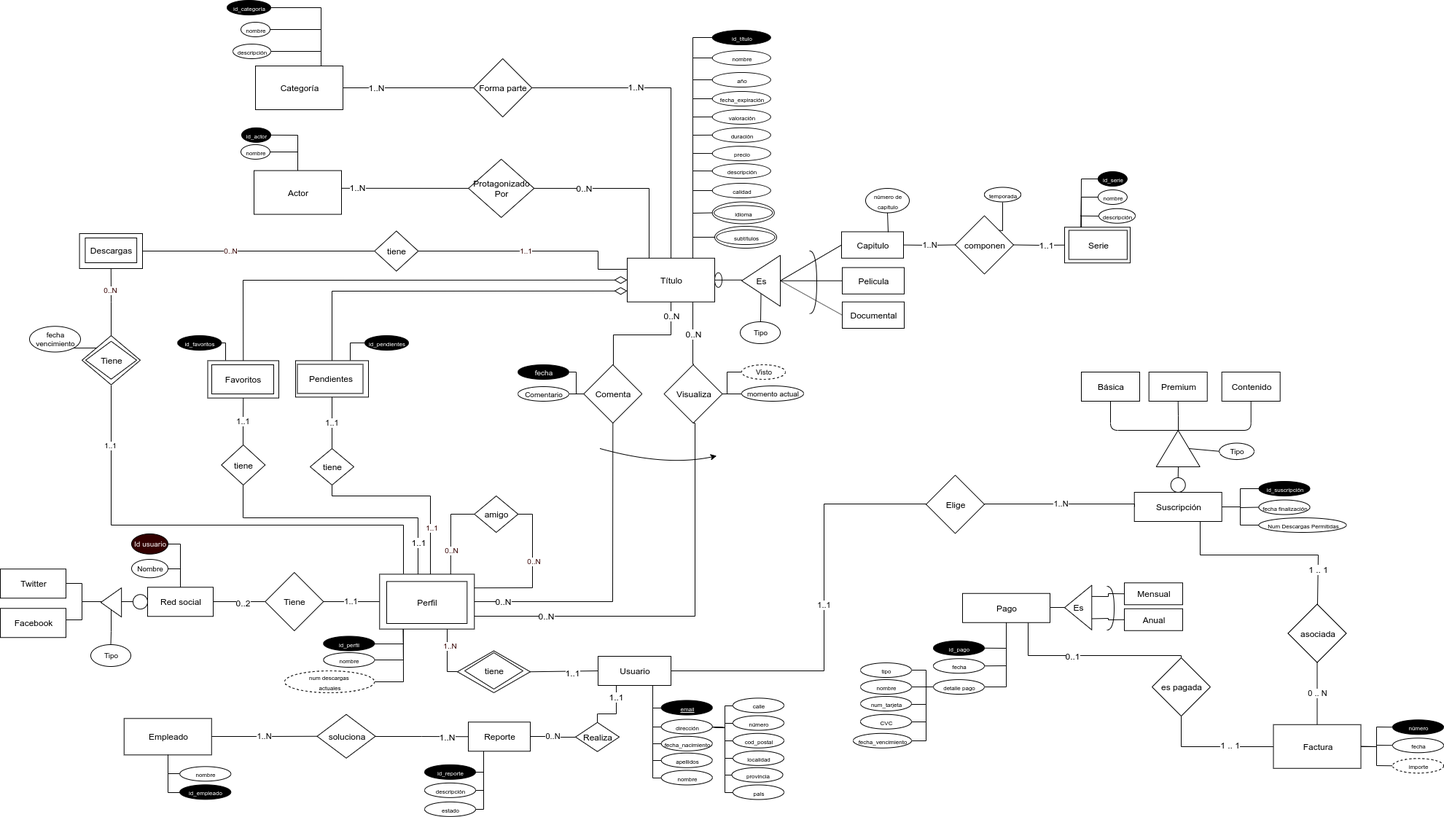
Zanuro/BDD keeps this draw.io diagram as OAN/E-R-OAN.png. Above is the earlier version. Source tidied: cells renumbered, new cells last; positions are measured from the earlier drawing's top-left corner, leaving out a move shared by most shapes.
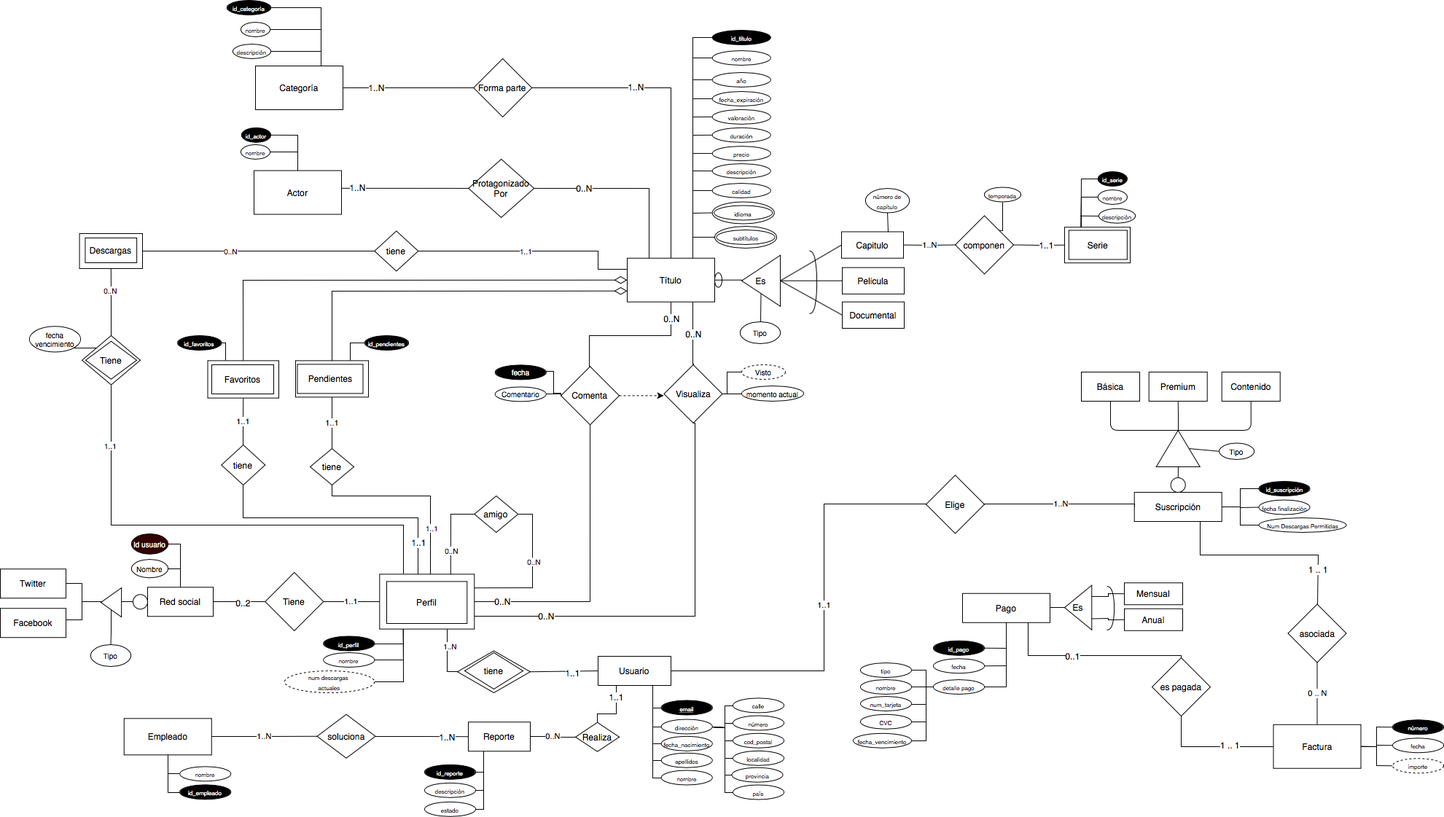
Above is the later version.

Commit message:
Actualizados los diagramas

What changed in the source:
```diff
@@ -496,22 +496,27 @@
     <mxCell id="130" style="edgeStyle=orthogonalEdgeStyle;rounded=0;jettySize=auto;html=1;entryX=0.5;entryY=1;entryDx=0;entryDy=0;endArrow=none;endFill=0;endSize=21;exitX=0.5;exitY=0;exitDx=0;exitDy=0;" parent="1" edge="1" source="132" target="44">
       <mxGeometry relative="1" as="geometry">
         <Array as="points">
-          <mxPoint x="841" y="459" />
-          <mxPoint x="920" y="459" />
+          <mxPoint x="808" y="460" />
+          <mxPoint x="920" y="460" />
         </Array>
       </mxGeometry>
     </mxCell>
     <mxCell id="131" value="0..N" style="text;html=1;align=center;verticalAlign=middle;labelBackgroundColor=#ffffff;" parent="130" vertex="1">
       <mxGeometry x="0.78" relative="1" as="geometry" />
     </mxCell>
+    <mxCell id="277" style="edgeStyle=orthogonalEdgeStyle;rounded=0;jettySize=auto;html=1;dashed=1;" parent="1" edge="1" source="132">
+      <mxGeometry relative="1" as="geometry">
+        <mxPoint x="910" y="542.4" as="targetPoint" />
+      </mxGeometry>
+    </mxCell>
     <mxCell id="132" value="Comenta" style="rhombus;whiteSpace=wrap;html=1;fillColor=#ffffff;" parent="1" vertex="1">
-      <mxGeometry x="800.3" y="500" width="80" height="80" as="geometry" />
+      <mxGeometry x="769.1" y="502.4" width="80" height="80" as="geometry" />
     </mxCell>
     <mxCell id="133" style="edgeStyle=orthogonalEdgeStyle;rounded=0;jettySize=auto;html=1;entryX=0;entryY=0.5;entryDx=0;entryDy=0;endArrow=none;endFill=0;endSize=21;" parent="1" edge="1" source="134" target="132">
       <mxGeometry relative="1" as="geometry" />
     </mxCell>
     <mxCell id="134" value="&lt;font style=&quot;font-size: 10px&quot;&gt;Comentario&lt;/font&gt;" style="ellipse;whiteSpace=wrap;html=1;fillColor=#ffffff;" parent="1" vertex="1">
-      <mxGeometry x="710" y="530" width="70" height="20" as="geometry" />
+      <mxGeometry x="678.7" y="530.4" width="70" height="20" as="geometry" />
     </mxCell>
     <mxCell id="135" style="shape=requiredInterface;html=1;verticalLabelPosition=bottom;" parent="1" vertex="1">
       <mxGeometry x="1518" y="804" width="10" height="60" as="geometry" />
@@ -618,13 +623,13 @@
     <mxCell id="160" style="edgeStyle=orthogonalEdgeStyle;rounded=0;jettySize=auto;html=1;exitX=1;exitY=0.5;exitDx=0;exitDy=0;entryX=0;entryY=0.5;entryDx=0;entryDy=0;endArrow=none;endFill=0;fontSize=10;" parent="1" edge="1" source="161" target="132">
       <mxGeometry relative="1" as="geometry">
         <Array as="points">
-          <mxPoint x="790" y="510" />
-          <mxPoint x="790" y="540" />
+          <mxPoint x="758.7" y="509.4" />
+          <mxPoint x="758.7" y="539.4" />
         </Array>
       </mxGeometry>
     </mxCell>
     <mxCell id="161" value="&lt;font style=&quot;font-size: 10px&quot;&gt;fecha&lt;/font&gt;" style="ellipse;whiteSpace=wrap;html=1;fillColor=#000000;fontColor=#FFFFFF;" parent="1" vertex="1">
-      <mxGeometry x="710" y="500" width="70" height="20" as="geometry" />
+      <mxGeometry x="678.7" y="500.4" width="70" height="20" as="geometry" />
     </mxCell>
     <mxCell id="162" style="edgeStyle=orthogonalEdgeStyle;rounded=0;jettySize=auto;html=1;exitX=0;exitY=0.5;exitDx=0;exitDy=0;entryX=0.75;entryY=1;entryDx=0;entryDy=0;endArrow=none;endFill=0;fontSize=10;" parent="1" edge="1" source="163" target="5">
       <mxGeometry relative="1" as="geometry">
@@ -932,15 +937,6 @@
     <mxCell id="239" style="rounded=0;whiteSpace=wrap;html=1;fillColor=none;" parent="237" vertex="1">
       <mxGeometry x="23.6" width="86.4" height="48" as="geometry" />
     </mxCell>
-    <mxCell id="240" style="curved=1;endArrow=classic;html=1;fontSize=10;" parent="1" edge="1">
-      <mxGeometry relative="1" as="geometry">
-        <mxPoint x="822.8" y="615" as="sourcePoint" />
-        <mxPoint x="982.8" y="625" as="targetPoint" />
-        <Array as="points">
-          <mxPoint x="912.8" y="640" />
-        </Array>
-      </mxGeometry>
-    </mxCell>
     <mxCell id="241" style="group;" parent="1" vertex="1">
       <mxGeometry x="284.5" y="494.4" width="97.5" height="51.2" as="geometry" />
     </mxCell>
```
